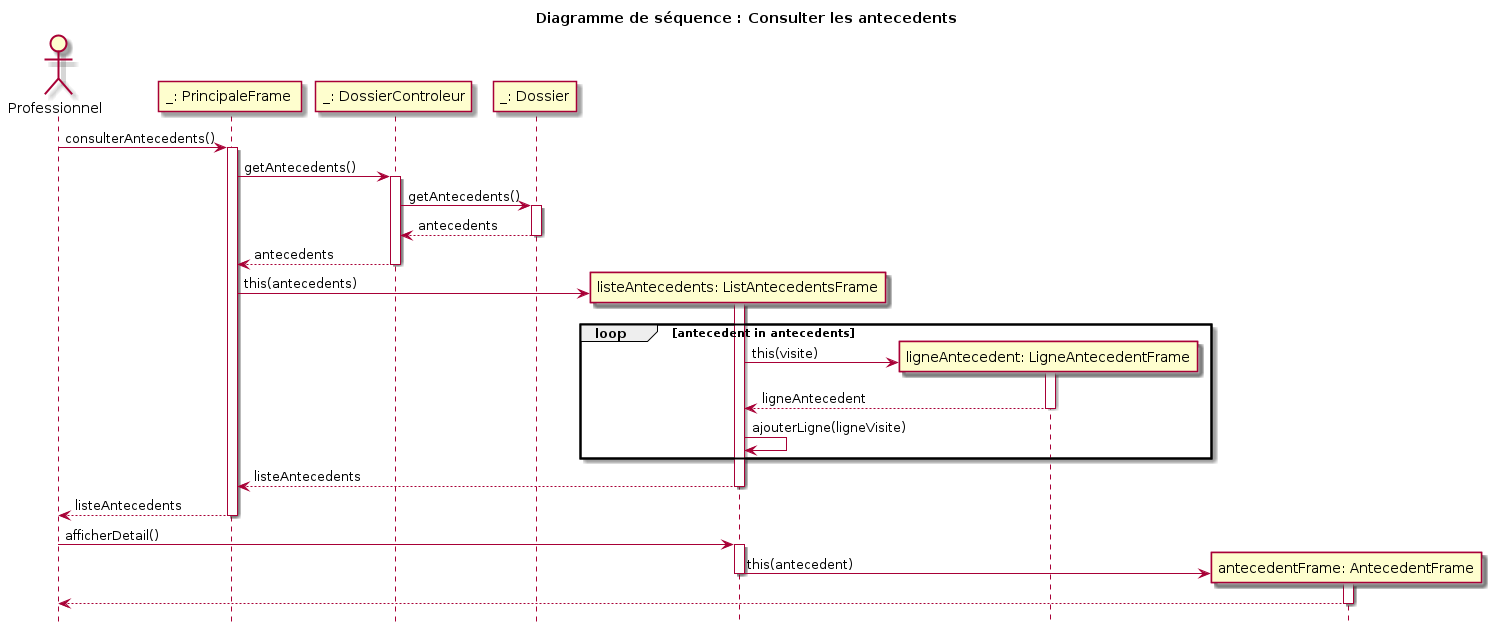
fethiuqam/INF5153-Projet-Session keeps this PlantUML diagram as models/sequence_diagram_consulter_antecedents.png. Above is the earlier version. Its diagram source:
```plantuml
@startuml

title Diagramme de séquence : Consulter les antecedents
hide footbox

actor "Professionnel" as pro

participant "_: PrincipaleFrame " as pf
pro -> pf : consulterAntecedents()
activate pf
    participant "_: DossierControleur" as dc
    pf -> dc : getAntecedents()
    activate dc
    participant "_: Dossier" as d
    dc -> d : getAntecedents()
    activate d
    d --> dc : antecedents
    deactivate d
    dc --> pf : antecedents
    deactivate dc
    create participant "listeAntecedents: ListAntecedentsFrame" as laf
    pf -> laf: this(antecedents)
    activate laf
    loop antecedent in antecedents
        create participant "ligneAntecedent: LigneAntecedentFrame" as lf
            laf -> lf : this(visite)
            activate lf
            lf --> laf : ligneAntecedent
            deactivate lf
        laf -> laf : ajouterLigne(ligneVisite)
    end
    laf --> pf : listeAntecedents
    deactivate laf
    pf --> pro : listeAntecedents
deactivate pf

pro -> laf : afficherDetail()
activate laf
create participant "antecedentFrame: AntecedentFrame" as af
    laf -> af: this(antecedent)
    deactivate laf
    activate af
    af --> pro
    deactivate af


@enduml
```
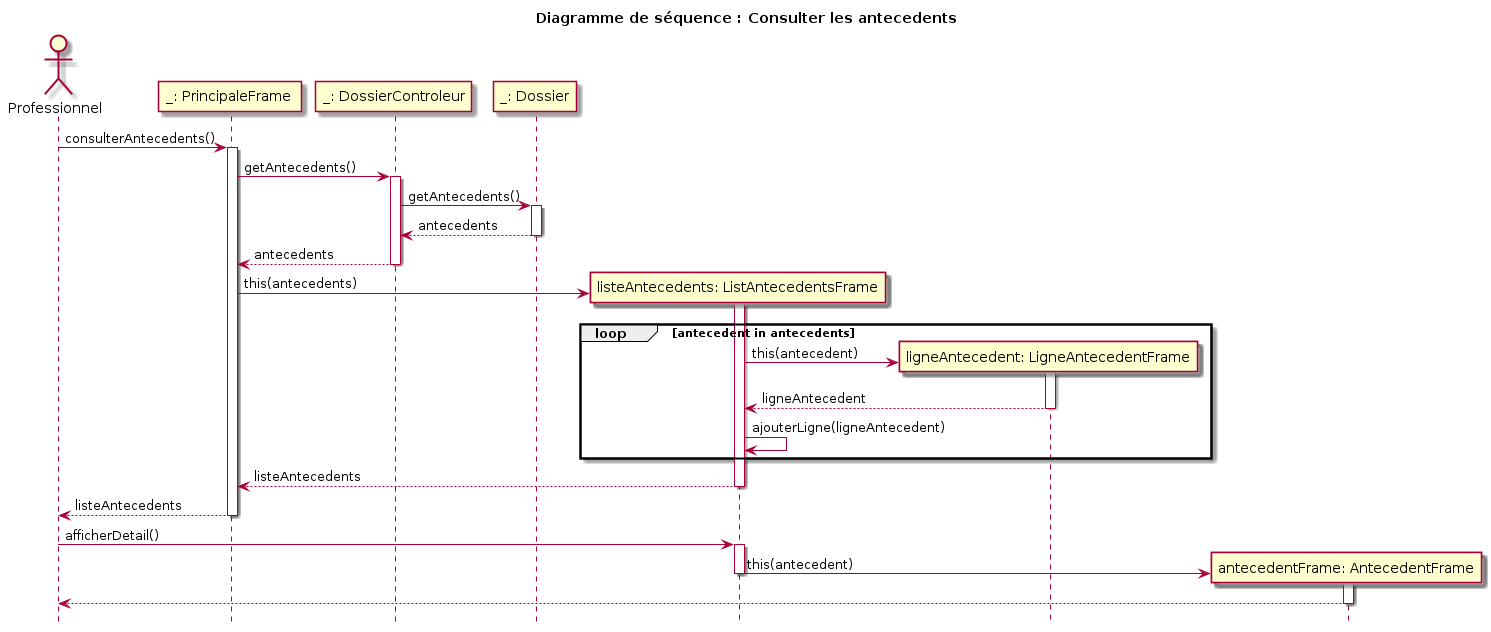
The same file after the commit.

Commit message:
ajout du diagram de sequence consulter traitements

Change to the diagram source:
```diff
@@ -23,11 +23,11 @@
     activate laf
     loop antecedent in antecedents
         create participant "ligneAntecedent: LigneAntecedentFrame" as lf
-            laf -> lf : this(visite)
+            laf -> lf : this(antecedent)
             activate lf
             lf --> laf : ligneAntecedent
             deactivate lf
-        laf -> laf : ajouterLigne(ligneVisite)
+        laf -> laf : ajouterLigne(ligneAntecedent)
     end
     laf --> pf : listeAntecedents
     deactivate laf
```
